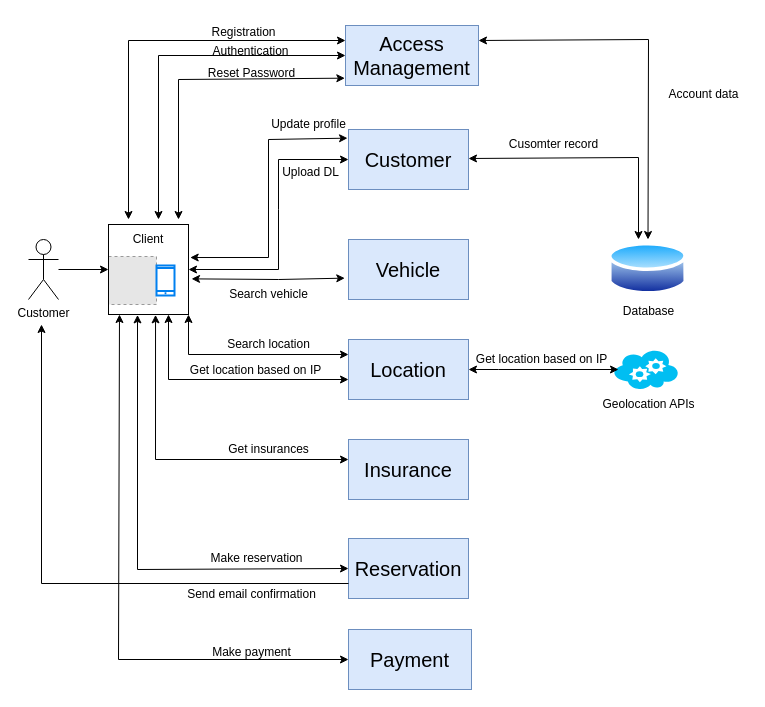
Before: page "System diagram" (5 of 5) of OnlineCarReservaction.drawio in nguyenha1311/ha-diagrams, a draw.io diagram. Source tidied: cells renumbered, new cells numbered last; positions are measured from the earlier drawing's top-left corner, leaving out a move shared by most shapes. Both pictures are drawn from the tidied source at 100%, with x=0, y=0 at pixel (28, 17). Pictures stored in the file or linked from it are replaced by grey dashed boxes.
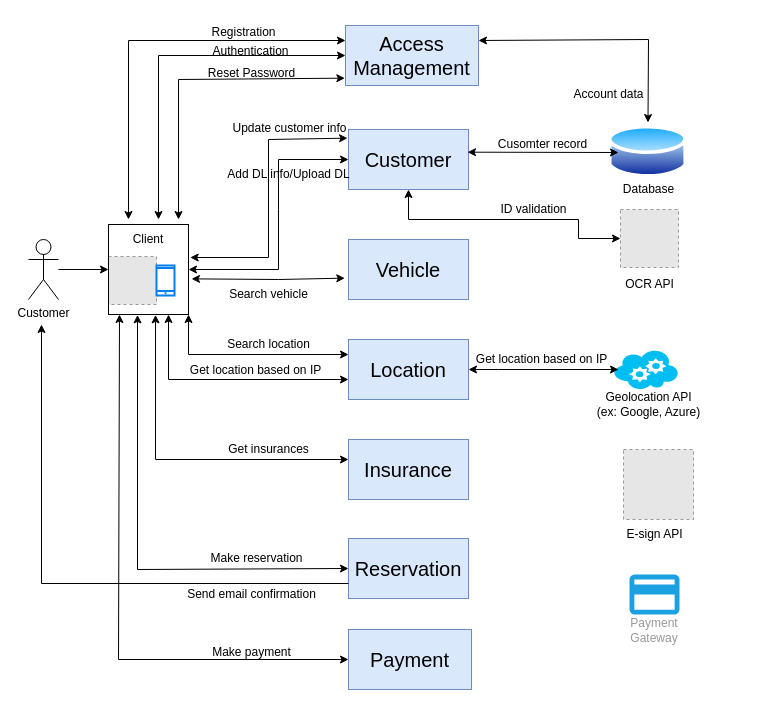
The same page after the edit.

Unchanged cells that the change refers to:
```xml
<mxCell id="2" value="&lt;font style=&quot;font-size: 20px;&quot;&gt;Customer&lt;/font&gt;" style="rounded=0;whiteSpace=wrap;html=1;fillColor=#dae8fc;strokeColor=#6c8ebf;" parent="1" vertex="1">
  <mxGeometry x="320" y="112" width="120" height="60" as="geometry" />
</mxCell>
```

What changed in the source:
```diff
@@
     <mxCell id="22" style="perimeter=ellipsePerimeter;html=1;align=center;shadow=0;dashed=0;spacingTop=3;image;image=img/lib/active_directory/database.svg;labelBackgroundColor=#FFFFFF;strokeColor=default;fillColor=none;" parent="1" vertex="1">
-      <mxGeometry x="580" y="222" width="79" height="58.5" as="geometry" />
+      <mxGeometry x="580" y="105" width="79" height="58.5" as="geometry" />
     </mxCell>
     <mxCell id="23" value="Database" style="text;html=1;align=center;verticalAlign=middle;strokeColor=none;fillColor=none;" parent="1" vertex="1">
-      <mxGeometry x="585" y="279" width="70" height="30" as="geometry" />
+      <mxGeometry x="585" y="157" width="70" height="30" as="geometry" />
     </mxCell>
@@
     <mxCell id="25" value="Account data" style="text;html=1;align=center;verticalAlign=middle;strokeColor=none;fillColor=none;" parent="1" vertex="1">
-      <mxGeometry x="630" y="62" width="90" height="30" as="geometry" />
+      <mxGeometry x="535" y="62" width="90" height="30" as="geometry" />
     </mxCell>
@@
-    <mxCell id="27" value="Update profile" style="text;html=1;align=center;verticalAlign=middle;strokeColor=none;fillColor=none;" parent="1" vertex="1">
-      <mxGeometry x="230" y="92" width="100" height="30" as="geometry" />
+    <mxCell id="27" value="Update customer info" style="text;html=1;align=center;verticalAlign=middle;strokeColor=none;fillColor=none;" parent="1" vertex="1">
+      <mxGeometry x="191" y="96" width="140" height="30" as="geometry" />
     </mxCell>
@@
-    <mxCell id="29" value="Upload DL" style="text;html=1;align=center;verticalAlign=middle;strokeColor=none;fillColor=none;" parent="1" vertex="1">
-      <mxGeometry x="242" y="140" width="80" height="30" as="geometry" />
+    <mxCell id="29" value="Add DL info/Upload DL" style="text;html=1;align=center;verticalAlign=middle;strokeColor=none;fillColor=none;" parent="1" vertex="1">
+      <mxGeometry x="185" y="142" width="150" height="30" as="geometry" />
     </mxCell>
@@
-    <mxCell id="32" style="endArrow=classic;startArrow=classic;html=1;rounded=0;labelBackgroundColor=#FFCC99;elbow=vertical;exitX=1;exitY=0.25;exitDx=0;exitDy=0;" parent="1" edge="1">
-      <mxGeometry relative="1" as="geometry">
-        <mxPoint x="440" y="141" as="sourcePoint" />
-        <mxPoint x="610" y="222" as="targetPoint" />
-        <Array as="points">
-          <mxPoint x="610" y="140" />
-        </Array>
-      </mxGeometry>
-    </mxCell>
     <mxCell id="33" value="Cusomter record" style="text;html=1;align=center;verticalAlign=middle;strokeColor=none;fillColor=none;" parent="1" vertex="1">
-      <mxGeometry x="470" y="112" width="110" height="30" as="geometry" />
+      <mxGeometry x="459" y="112" width="110" height="30" as="geometry" />
     </mxCell>
@@
-    <mxCell id="39" value="Geolocation APIs" style="text;html=1;align=center;verticalAlign=middle;strokeColor=none;fillColor=none;" parent="1" vertex="1">
-      <mxGeometry x="560" y="372" width="120" height="30" as="geometry" />
+    <mxCell id="39" value="Geolocation API&lt;br&gt;(ex: Google, Azure)" style="text;html=1;align=center;verticalAlign=middle;strokeColor=none;fillColor=none;" parent="1" vertex="1">
+      <mxGeometry x="555" y="367" width="130" height="40" as="geometry" />
     </mxCell>
@@
+    <mxCell id="50" value="Payment Gateway" style="strokeColor=none;shadow=1;strokeWidth=1;rounded=1;absoluteArcSize=1;arcSize=2;labelPosition=center;verticalLabelPosition=middle;align=center;verticalAlign=bottom;spacingLeft=0;fontColor=#999999;fontSize=12;whiteSpace=wrap;spacingBottom=2;labelBackgroundColor=#FFFFFF;fillColor=none;" parent="1" vertex="1">
+      <mxGeometry x="576" y="542" width="100" height="90" as="geometry" />
+    </mxCell>
+    <mxCell id="51" style="sketch=0;dashed=0;html=1;fillColor=#1ba1e2;strokeColor=#006EAF;shape=mxgraph.gcp2.payment;labelBackgroundColor=#FFFFFF;fontColor=#ffffff;" parent="50" vertex="1">
+      <mxGeometry x="0.5" width="50" height="40" relative="1" as="geometry">
+        <mxPoint x="-25" y="15" as="offset" />
+      </mxGeometry>
+    </mxCell>
+    <mxCell id="52" value="E-sign API" style="text;html=1;align=center;verticalAlign=middle;strokeColor=none;fillColor=none;" parent="1" vertex="1">
+      <mxGeometry x="586" y="502" width="80" height="30" as="geometry" />
+    </mxCell>
+    <mxCell id="53" style="fillColor=#E6E6E6;strokeColor=#999999;dashed=1;verticalLabelPosition=bottom;labelBackgroundColor=default;verticalAlign=top;" parent="1" vertex="1">
+      <mxGeometry x="592" y="192" width="58" height="58" as="geometry" />
+    </mxCell>
+    <mxCell id="54" style="fillColor=#E6E6E6;strokeColor=#999999;dashed=1;verticalLabelPosition=bottom;labelBackgroundColor=default;verticalAlign=top;" parent="1" vertex="1">
+      <mxGeometry x="595" y="432" width="70" height="70" as="geometry" />
+    </mxCell>
+    <mxCell id="55" value="OCR API" style="text;html=1;align=center;verticalAlign=middle;strokeColor=none;fillColor=none;" parent="1" vertex="1">
+      <mxGeometry x="586" y="252" width="70" height="30" as="geometry" />
+    </mxCell>
+    <mxCell id="56" style="endArrow=classic;startArrow=classic;html=1;rounded=0;labelBackgroundColor=#FFCC99;elbow=vertical;exitX=0.992;exitY=0.378;exitDx=0;exitDy=0;exitPerimeter=0;" parent="1" edge="1" source="2">
+      <mxGeometry relative="1" as="geometry">
+        <mxPoint x="590" y="135" as="targetPoint" />
+      </mxGeometry>
+    </mxCell>
+    <mxCell id="57" style="endArrow=classic;startArrow=classic;html=1;rounded=0;labelBackgroundColor=#FFCC99;elbow=vertical;entryX=0;entryY=0.5;entryDx=0;entryDy=0;exitX=0.5;exitY=1;exitDx=0;exitDy=0;" parent="1" edge="1" source="2" target="53">
+      <mxGeometry relative="1" as="geometry">
+        <Array as="points">
+          <mxPoint x="380" y="202" />
+          <mxPoint x="550" y="202" />
+          <mxPoint x="550" y="221" />
+        </Array>
+      </mxGeometry>
+    </mxCell>
+    <mxCell id="58" value="ID validation" style="text;html=1;align=center;verticalAlign=middle;strokeColor=none;fillColor=none;" parent="1" vertex="1">
+      <mxGeometry x="460" y="177" width="90" height="30" as="geometry" />
+    </mxCell>
```
